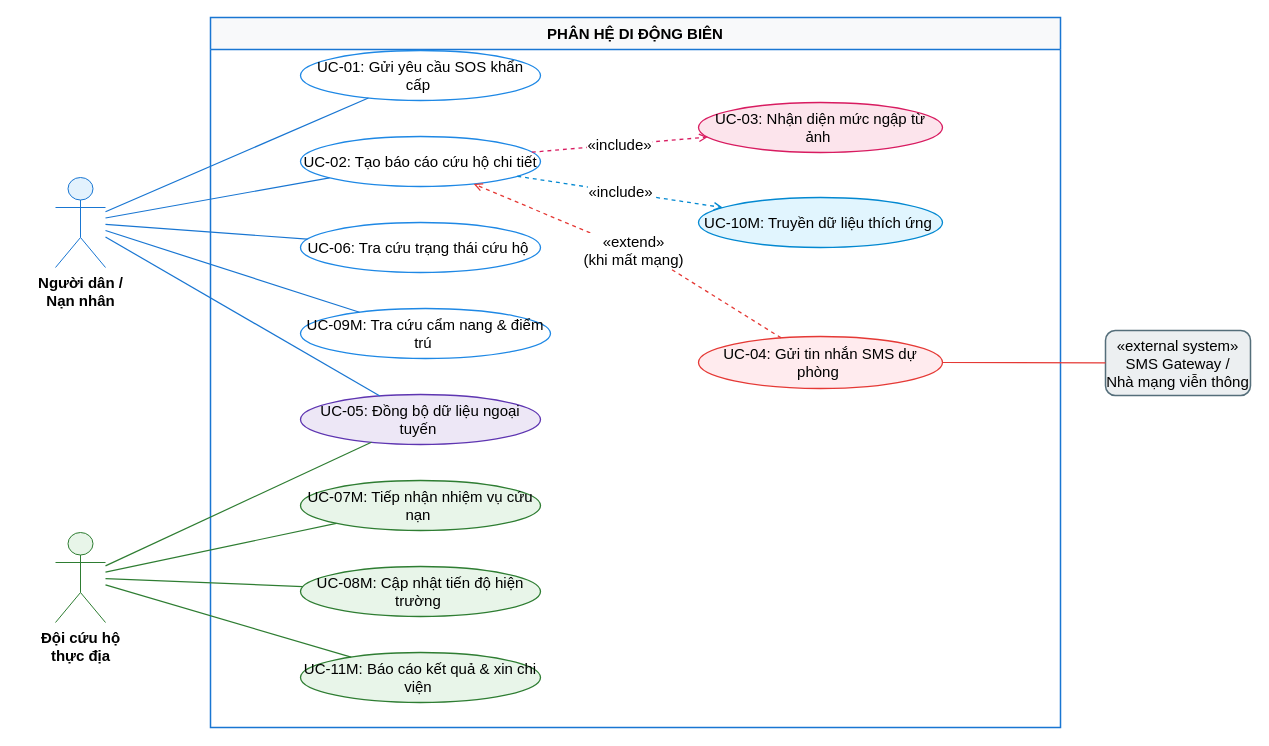
Before: report/assets/diagrams/usecase_mobile.drawio in ngthtrong/nckh2, a draw.io diagram. Source tidied: cells renumbered, new cells numbered last; positions are measured from the earlier drawing's top-left corner, leaving out a move shared by most shapes. Both pictures are drawn from the tidied source at 100%, with x=0, y=0 at pixel (55, 17).
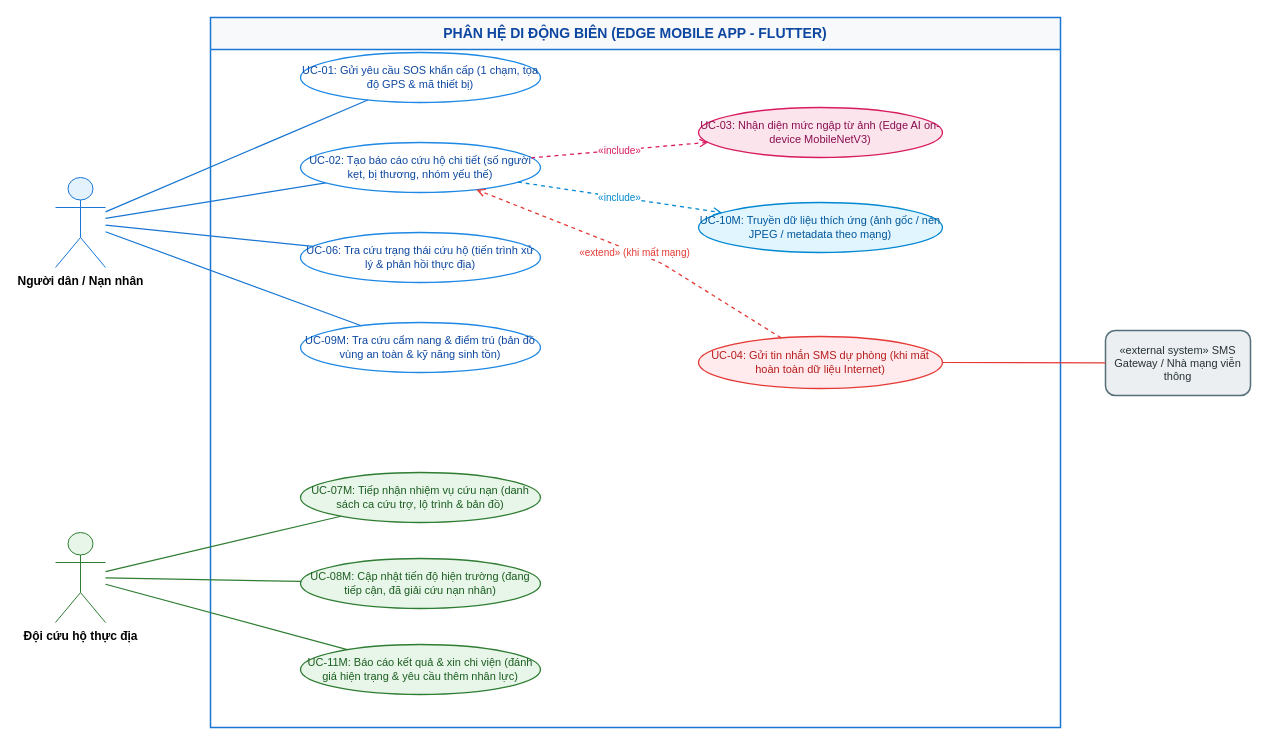
Above is the later version.

The edit, as a diff of the source:
```diff
@@
-    <mxCell id="2" value="PHÂN HỆ DI ĐỘNG BIÊN" style="shape=swimlane;whiteSpace=wrap;html=1;startSize=32;horizontal=1;fillColor=#F8F9FA;strokeColor=#1976D2;strokeWidth=1.5;fontStyle=1;fontSize=15;fontFamily=Helvetica;fontColor=#000000;" parent="1" vertex="1">
+    <mxCell id="2" value="PHÂN HỆ DI ĐỘNG BIÊN (EDGE MOBILE APP - FLUTTER)" style="shape=swimlane;whiteSpace=wrap;html=1;startSize=32;horizontal=1;fillColor=#F8F9FA;strokeColor=#1976D2;strokeWidth=1.5;fontStyle=1;fontSize=14;fontFamily=Helvetica;fontColor=#0D47A1;" parent="1" vertex="1">
       <mxGeometry x="155" width="850" height="710" as="geometry" />
     </mxCell>
-    <mxCell id="3" value="UC-01: Gửi yêu cầu SOS khẩn cấp&amp;nbsp;" style="ellipse;whiteSpace=wrap;html=1;fillColor=#FFFFFF;strokeColor=#1E88E5;strokeWidth=1.3;fontFamily=Helvetica;fontSize=15;fontColor=#000000;" parent="2" vertex="1">
-      <mxGeometry x="90" y="33" width="240" height="50" as="geometry" />
+    <mxCell id="3" value="UC-01: Gửi yêu cầu SOS khẩn cấp&amp;#xa;(1 chạm, tọa độ GPS &amp; mã thiết bị)" style="ellipse;whiteSpace=wrap;html=1;fillColor=#FFFFFF;strokeColor=#1E88E5;strokeWidth=1.3;fontFamily=Helvetica;fontSize=11;fontColor=#0D47A1;" parent="2" vertex="1">
+      <mxGeometry x="90" y="35" width="240" height="50" as="geometry" />
     </mxCell>
-    <mxCell id="4" value="UC-02: Tạo báo cáo cứu hộ chi tiết" style="ellipse;whiteSpace=wrap;html=1;fillColor=#FFFFFF;strokeColor=#1E88E5;strokeWidth=1.3;fontFamily=Helvetica;fontSize=15;fontColor=#000000;" parent="2" vertex="1">
-      <mxGeometry x="90" y="119" width="240" height="50" as="geometry" />
+    <mxCell id="4" value="UC-02: Tạo báo cáo cứu hộ chi tiết&amp;#xa;(số người kẹt, bị thương, nhóm yếu thế)" style="ellipse;whiteSpace=wrap;html=1;fillColor=#FFFFFF;strokeColor=#1E88E5;strokeWidth=1.3;fontFamily=Helvetica;fontSize=11;fontColor=#0D47A1;" parent="2" vertex="1">
+      <mxGeometry x="90" y="125" width="240" height="50" as="geometry" />
     </mxCell>
-    <mxCell id="5" value="UC-06: Tra cứu trạng thái cứu hộ&amp;nbsp;" style="ellipse;whiteSpace=wrap;html=1;fillColor=#FFFFFF;strokeColor=#1E88E5;strokeWidth=1.3;fontFamily=Helvetica;fontSize=15;fontColor=#000000;" parent="2" vertex="1">
-      <mxGeometry x="90" y="205" width="240" height="50" as="geometry" />
+    <mxCell id="5" value="UC-06: Tra cứu trạng thái cứu hộ&amp;#xa;(tiến trình xử lý &amp; phản hồi thực địa)" style="ellipse;whiteSpace=wrap;html=1;fillColor=#FFFFFF;strokeColor=#1E88E5;strokeWidth=1.3;fontFamily=Helvetica;fontSize=11;fontColor=#0D47A1;" parent="2" vertex="1">
+      <mxGeometry x="90" y="215" width="240" height="50" as="geometry" />
     </mxCell>
-    <mxCell id="6" value="UC-09M: Tra cứu cẩm nang &amp;amp; điểm trú&amp;nbsp;" style="ellipse;whiteSpace=wrap;html=1;fillColor=#FFFFFF;strokeColor=#1E88E5;strokeWidth=1.3;fontFamily=Helvetica;fontSize=15;fontColor=#000000;" parent="2" vertex="1">
-      <mxGeometry x="90" y="291" width="250" height="50" as="geometry" />
+    <mxCell id="6" value="UC-09M: Tra cứu cẩm nang &amp; điểm trú&amp;#xa;(bản đồ vùng an toàn &amp; kỹ năng sinh tồn)" style="ellipse;whiteSpace=wrap;html=1;fillColor=#FFFFFF;strokeColor=#1E88E5;strokeWidth=1.3;fontFamily=Helvetica;fontSize=11;fontColor=#0D47A1;" parent="2" vertex="1">
+      <mxGeometry x="90" y="305" width="240" height="50" as="geometry" />
     </mxCell>
-    <mxCell id="7" value="UC-05: Đồng bộ dữ liệu ngoại tuyến&amp;nbsp;" style="ellipse;whiteSpace=wrap;html=1;fillColor=#EDE7F6;strokeColor=#5E35B1;strokeWidth=1.3;fontFamily=Helvetica;fontSize=15;fontColor=#000000;" parent="2" vertex="1">
-      <mxGeometry x="90" y="377" width="240" height="50" as="geometry" />
-    </mxCell>
-    <mxCell id="8" value="UC-07M: Tiếp nhận nhiệm vụ cứu nạn&amp;nbsp;" style="ellipse;whiteSpace=wrap;html=1;fillColor=#E8F5E9;strokeColor=#2E7D32;strokeWidth=1.3;fontFamily=Helvetica;fontSize=15;fontColor=#000000;" parent="2" vertex="1">
-      <mxGeometry x="90" y="463" width="240" height="50" as="geometry" />
+    <mxCell id="8" value="UC-07M: Tiếp nhận nhiệm vụ cứu nạn&amp;#xa;(danh sách ca cứu trợ, lộ trình &amp; bản đồ)" style="ellipse;whiteSpace=wrap;html=1;fillColor=#E8F5E9;strokeColor=#2E7D32;strokeWidth=1.3;fontFamily=Helvetica;fontSize=11;fontColor=#1B5E20;" parent="2" vertex="1">
+      <mxGeometry x="90" y="455" width="240" height="50" as="geometry" />
     </mxCell>
-    <mxCell id="9" value="UC-08M: Cập nhật tiến độ hiện trường&amp;nbsp;" style="ellipse;whiteSpace=wrap;html=1;fillColor=#E8F5E9;strokeColor=#2E7D32;strokeWidth=1.3;fontFamily=Helvetica;fontSize=15;fontColor=#000000;" parent="2" vertex="1">
-      <mxGeometry x="90" y="549" width="240" height="50" as="geometry" />
+    <mxCell id="9" value="UC-08M: Cập nhật tiến độ hiện trường&amp;#xa;(đang tiếp cận, đã giải cứu nạn nhân)" style="ellipse;whiteSpace=wrap;html=1;fillColor=#E8F5E9;strokeColor=#2E7D32;strokeWidth=1.3;fontFamily=Helvetica;fontSize=11;fontColor=#1B5E20;" parent="2" vertex="1">
+      <mxGeometry x="90" y="541" width="240" height="50" as="geometry" />
     </mxCell>
-    <mxCell id="10" value="UC-11M: Báo cáo kết quả &amp;amp; xin chi viện&amp;nbsp;" style="ellipse;whiteSpace=wrap;html=1;fillColor=#E8F5E9;strokeColor=#2E7D32;strokeWidth=1.3;fontFamily=Helvetica;fontSize=15;fontColor=#000000;" parent="2" vertex="1">
-      <mxGeometry x="90" y="635" width="240" height="50" as="geometry" />
+    <mxCell id="10" value="UC-11M: Báo cáo kết quả &amp; xin chi viện&amp;#xa;(đánh giá hiện trạng &amp; yêu cầu thêm nhân lực)" style="ellipse;whiteSpace=wrap;html=1;fillColor=#E8F5E9;strokeColor=#2E7D32;strokeWidth=1.3;fontFamily=Helvetica;fontSize=11;fontColor=#1B5E20;" parent="2" vertex="1">
+      <mxGeometry x="90" y="627" width="240" height="50" as="geometry" />
     </mxCell>
-    <mxCell id="11" value="UC-03: Nhận diện mức ngập từ ảnh&amp;nbsp;" style="ellipse;whiteSpace=wrap;html=1;fillColor=#FCE4EC;strokeColor=#D81B60;strokeWidth=1.3;fontFamily=Helvetica;fontSize=15;fontColor=#000000;" parent="2" vertex="1">
-      <mxGeometry x="488" y="85" width="244" height="50" as="geometry" />
+    <mxCell id="11" value="UC-03: Nhận diện mức ngập từ ảnh&amp;#xa;(Edge AI on-device MobileNetV3)" style="ellipse;whiteSpace=wrap;html=1;fillColor=#FCE4EC;strokeColor=#D81B60;strokeWidth=1.3;fontFamily=Helvetica;fontSize=11;fontColor=#880E4F;" parent="2" vertex="1">
+      <mxGeometry x="488" y="90" width="244" height="50" as="geometry" />
     </mxCell>
-    <mxCell id="12" value="UC-10M: Truyền dữ liệu thích ứng&amp;nbsp;" style="ellipse;whiteSpace=wrap;html=1;fillColor=#E1F5FE;strokeColor=#0288D1;strokeWidth=1.3;fontFamily=Helvetica;fontSize=15;fontColor=#000000;" parent="2" vertex="1">
-      <mxGeometry x="488" y="180" width="244" height="50" as="geometry" />
+    <mxCell id="12" value="UC-10M: Truyền dữ liệu thích ứng&amp;#xa;(ảnh gốc / nén JPEG / metadata theo mạng)" style="ellipse;whiteSpace=wrap;html=1;fillColor=#E1F5FE;strokeColor=#0288D1;strokeWidth=1.3;fontFamily=Helvetica;fontSize=11;fontColor=#01579B;" parent="2" vertex="1">
+      <mxGeometry x="488" y="185" width="244" height="50" as="geometry" />
     </mxCell>
-    <mxCell id="13" value="UC-04: Gửi tin nhắn SMS dự phòng&amp;nbsp;" style="ellipse;whiteSpace=wrap;html=1;fillColor=#FFEBEE;strokeColor=#E53935;strokeWidth=1.3;fontFamily=Helvetica;fontSize=15;fontColor=#000000;" parent="2" vertex="1">
+    <mxCell id="13" value="UC-04: Gửi tin nhắn SMS dự phòng&amp;#xa;(khi mất hoàn toàn dữ liệu Internet)" style="ellipse;whiteSpace=wrap;html=1;fillColor=#FFEBEE;strokeColor=#E53935;strokeWidth=1.3;fontFamily=Helvetica;fontSize=11;fontColor=#B71C1C;" parent="2" vertex="1">
       <mxGeometry x="488" y="319" width="244" height="52" as="geometry" />
     </mxCell>
-    <mxCell id="14" value="Người dân /&#10;Nạn nhân" style="shape=umlActor;verticalLabelPosition=bottom;verticalAlign=top;html=1;outlineConnect=0;fontFamily=Helvetica;fontSize=15;fontStyle=1;fillColor=#E3F2FD;strokeColor=#1976D2;fontColor=#000000;" parent="1" vertex="1">
+    <mxCell id="14" value="Người dân /&amp;#xa;Nạn nhân" style="shape=umlActor;verticalLabelPosition=bottom;verticalAlign=top;html=1;outlineConnect=0;fontFamily=Helvetica;fontSize=12;fontStyle=1;fillColor=#E3F2FD;strokeColor=#1976D2;" parent="1" vertex="1">
       <mxGeometry y="160" width="50" height="90" as="geometry" />
     </mxCell>
-    <mxCell id="15" value="Đội cứu hộ&#10;thực địa" style="shape=umlActor;verticalLabelPosition=bottom;verticalAlign=top;html=1;outlineConnect=0;fontFamily=Helvetica;fontSize=15;fontStyle=1;fillColor=#E8F5E9;strokeColor=#2E7D32;fontColor=#000000;" parent="1" vertex="1">
+    <mxCell id="15" value="Đội cứu hộ&amp;#xa;thực địa" style="shape=umlActor;verticalLabelPosition=bottom;verticalAlign=top;html=1;outlineConnect=0;fontFamily=Helvetica;fontSize=12;fontStyle=1;fillColor=#E8F5E9;strokeColor=#2E7D32;" parent="1" vertex="1">
       <mxGeometry y="515" width="50" height="90" as="geometry" />
     </mxCell>
-    <mxCell id="16" value="«external system»&#10;SMS Gateway /&#10;Nhà mạng viễn thông" style="rounded=1;whiteSpace=wrap;html=1;fillColor=#ECEFF1;strokeColor=#546E7A;strokeWidth=1.5;fontFamily=Helvetica;fontSize=15;fontColor=#000000;align=center;" parent="1" vertex="1">
+    <mxCell id="16" value="«external system»&amp;#xa;SMS Gateway /&amp;#xa;Nhà mạng viễn thông" style="rounded=1;whiteSpace=wrap;html=1;fillColor=#ECEFF1;strokeColor=#546E7A;strokeWidth=1.5;fontFamily=Helvetica;fontSize=11;fontColor=#263238;align=center;" parent="1" vertex="1">
       <mxGeometry x="1050" y="313" width="145" height="65" as="geometry" />
     </mxCell>
-    <mxCell id="17" style="endArrow=none;html=1;strokeColor=#1976D2;strokeWidth=1.2;fontSize=15;fontColor=#000000;" parent="1" edge="1" source="14" target="3">
+    <mxCell id="17" style="endArrow=none;html=1;strokeColor=#1976D2;strokeWidth=1.2;" parent="1" edge="1" source="14" target="3">
       <mxGeometry relative="1" as="geometry" />
     </mxCell>
-    <mxCell id="18" style="endArrow=none;html=1;strokeColor=#1976D2;strokeWidth=1.2;fontSize=15;fontColor=#000000;" parent="1" edge="1" source="14" target="4">
+    <mxCell id="18" style="endArrow=none;html=1;strokeColor=#1976D2;strokeWidth=1.2;" parent="1" edge="1" source="14" target="4">
       <mxGeometry relative="1" as="geometry" />
     </mxCell>
-    <mxCell id="19" style="endArrow=none;html=1;strokeColor=#1976D2;strokeWidth=1.2;fontSize=15;fontColor=#000000;" parent="1" edge="1" source="14" target="5">
+    <mxCell id="19" style="endArrow=none;html=1;strokeColor=#1976D2;strokeWidth=1.2;" parent="1" edge="1" source="14" target="5">
       <mxGeometry relative="1" as="geometry" />
     </mxCell>
-    <mxCell id="20" style="endArrow=none;html=1;strokeColor=#1976D2;strokeWidth=1.2;fontSize=15;fontColor=#000000;" parent="1" edge="1" source="14" target="6">
+    <mxCell id="20" style="endArrow=none;html=1;strokeColor=#1976D2;strokeWidth=1.2;" parent="1" edge="1" source="14" target="6">
       <mxGeometry relative="1" as="geometry" />
     </mxCell>
-    <mxCell id="21" style="endArrow=none;html=1;strokeColor=#1976D2;strokeWidth=1.2;fontSize=15;fontColor=#000000;" parent="1" edge="1" source="14" target="7">
-      <mxGeometry relative="1" as="geometry" />
-    </mxCell>
-    <mxCell id="22" style="endArrow=none;html=1;strokeColor=#2E7D32;strokeWidth=1.2;fontSize=15;fontColor=#000000;" parent="1" edge="1" source="15" target="7">
-      <mxGeometry relative="1" as="geometry" />
-    </mxCell>
-    <mxCell id="23" style="endArrow=none;html=1;strokeColor=#2E7D32;strokeWidth=1.2;fontSize=15;fontColor=#000000;" parent="1" edge="1" source="15" target="8">
+    <mxCell id="23" style="endArrow=none;html=1;strokeColor=#2E7D32;strokeWidth=1.2;" parent="1" edge="1" source="15" target="8">
       <mxGeometry relative="1" as="geometry" />
     </mxCell>
-    <mxCell id="24" style="endArrow=none;html=1;strokeColor=#2E7D32;strokeWidth=1.2;fontSize=15;fontColor=#000000;" parent="1" edge="1" source="15" target="9">
+    <mxCell id="24" style="endArrow=none;html=1;strokeColor=#2E7D32;strokeWidth=1.2;" parent="1" edge="1" source="15" target="9">
       <mxGeometry relative="1" as="geometry" />
     </mxCell>
-    <mxCell id="25" style="endArrow=none;html=1;strokeColor=#2E7D32;strokeWidth=1.2;fontSize=15;fontColor=#000000;" parent="1" edge="1" source="15" target="10">
+    <mxCell id="25" style="endArrow=none;html=1;strokeColor=#2E7D32;strokeWidth=1.2;" parent="1" edge="1" source="15" target="10">
       <mxGeometry relative="1" as="geometry" />
     </mxCell>
-    <mxCell id="26" style="endArrow=none;html=1;strokeColor=#E53935;strokeWidth=1.2;fontSize=15;fontColor=#000000;" parent="1" edge="1" source="13" target="16">
+    <mxCell id="26" style="endArrow=none;html=1;strokeColor=#E53935;strokeWidth=1.2;" parent="1" edge="1" source="13" target="16">
       <mxGeometry relative="1" as="geometry" />
     </mxCell>
-    <mxCell id="27" value="«include»" style="endArrow=open;dashed=1;html=1;strokeColor=#D81B60;strokeWidth=1.3;fontSize=15;fontColor=#000000;" parent="1" edge="1" source="4" target="11">
+    <mxCell id="27" value="&amp;laquo;include&amp;raquo;" style="endArrow=open;dashed=1;html=1;strokeColor=#D81B60;strokeWidth=1.3;fontSize=10;fontColor=#D81B60;" parent="1" edge="1" source="4" target="11">
       <mxGeometry relative="1" as="geometry" />
     </mxCell>
-    <mxCell id="28" value="«include»" style="endArrow=open;dashed=1;html=1;strokeColor=#0288D1;strokeWidth=1.3;fontSize=15;fontColor=#000000;" parent="1" edge="1" source="4" target="12">
+    <mxCell id="28" value="&amp;laquo;include&amp;raquo;" style="endArrow=open;dashed=1;html=1;strokeColor=#0288D1;strokeWidth=1.3;fontSize=10;fontColor=#0288D1;" parent="1" edge="1" source="4" target="12">
       <mxGeometry relative="1" as="geometry" />
     </mxCell>
-    <mxCell id="29" value="«extend»&#10;(khi mất mạng)" style="endArrow=open;dashed=1;html=1;strokeColor=#E53935;strokeWidth=1.3;fontSize=15;fontColor=#000000;" parent="1" edge="1" source="13" target="4">
+    <mxCell id="29" value="&amp;laquo;extend&amp;raquo;&amp;#xa;(khi mất mạng)" style="endArrow=open;dashed=1;html=1;strokeColor=#E53935;strokeWidth=1.3;fontSize=10;fontColor=#E53935;" parent="1" edge="1" source="13" target="4">
       <mxGeometry relative="1" as="geometry">
         <Array as="points">
           <mxPoint x="605" y="245" />
         </Array>
       </mxGeometry>
     </mxCell>
```
